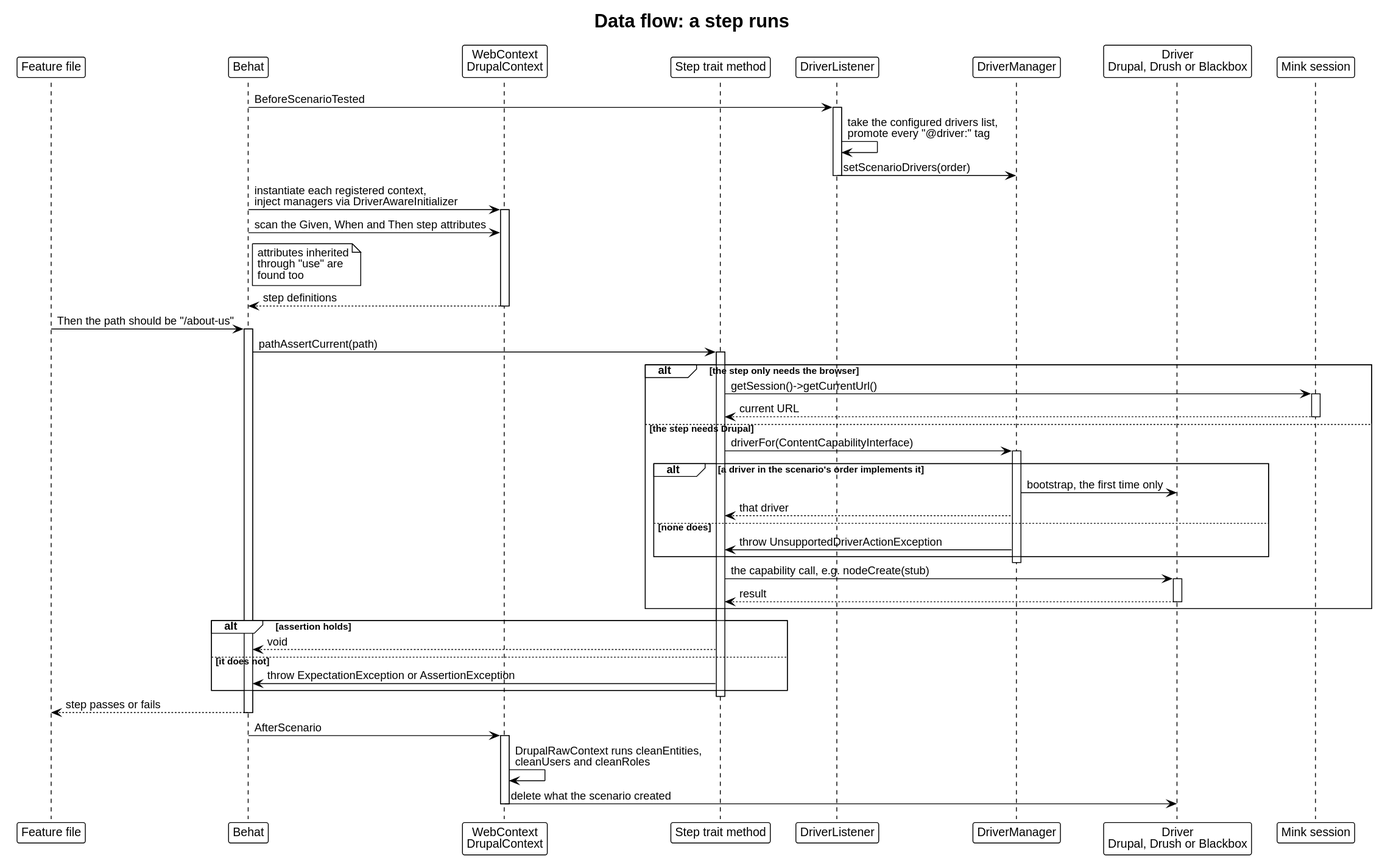
Before: docs/architecture/dataflow-step.svg, a diagram exported from PlantUML (drevops/behat-steps).
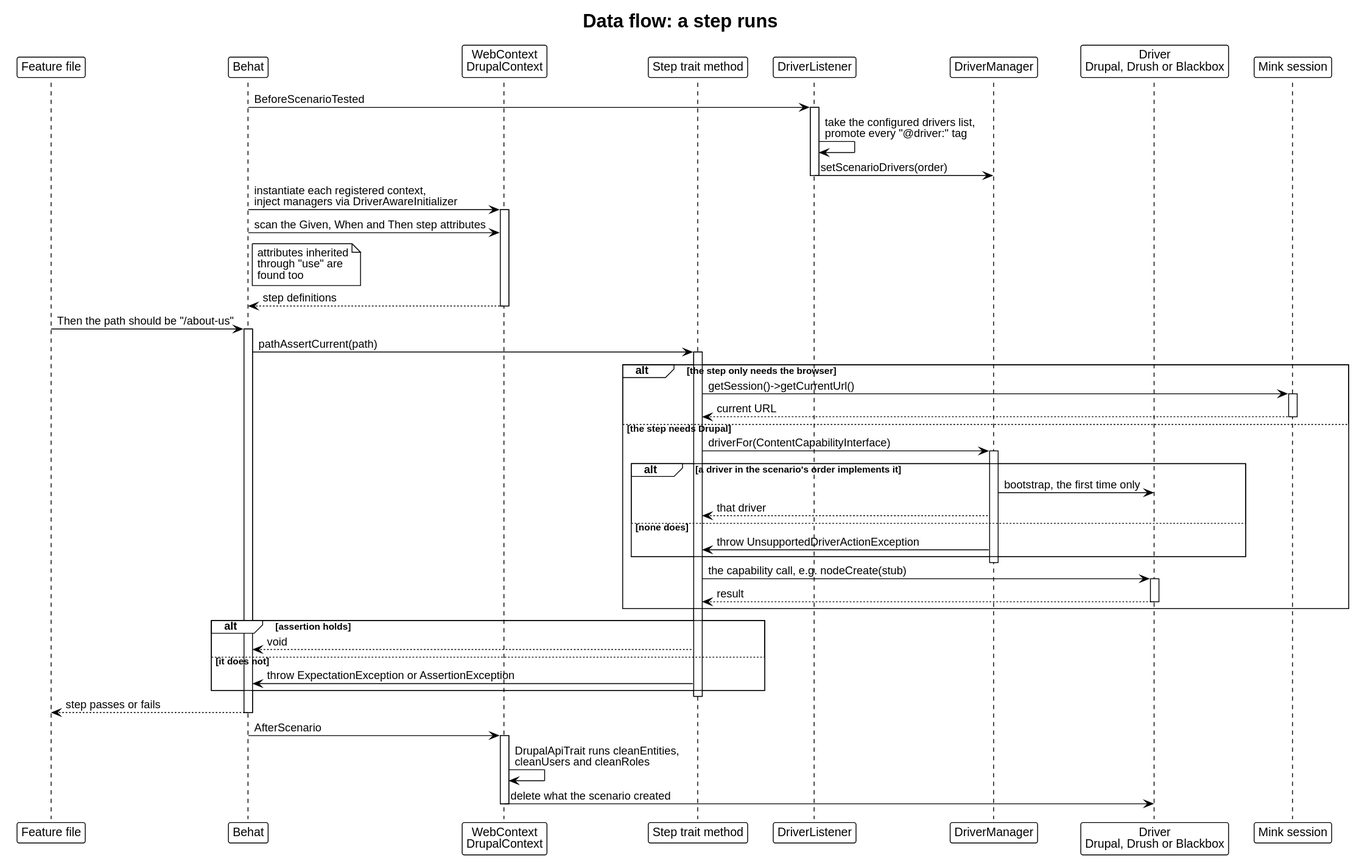
Above is the later version.

What changed in the source:
```diff
@@ -65,7 +65,7 @@
 
 Behat -> Ctx: AfterScenario
 activate Ctx
-Ctx -> Ctx: DrupalRawContext runs cleanEntities,\ncleanUsers and cleanRoles
+Ctx -> Ctx: DrupalApiTrait runs cleanEntities,\ncleanUsers and cleanRoles
 Ctx -> Driver: delete what the scenario created
 deactivate Ctx
 @enduml
```
